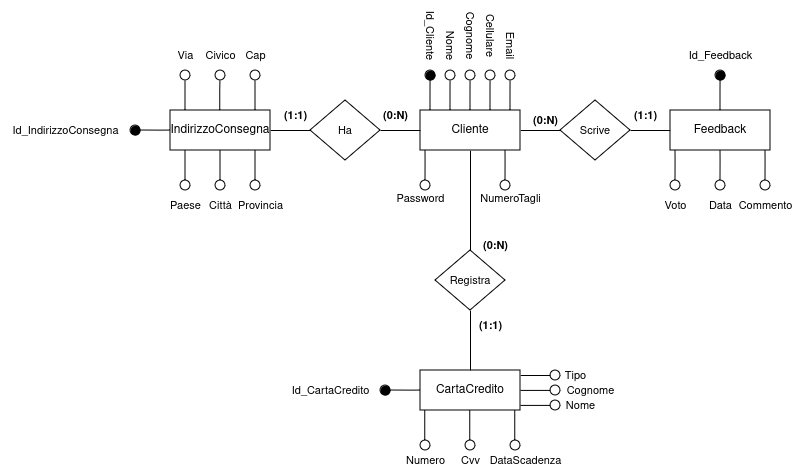
IonutZbir/ProgettoDatabase keeps this draw.io diagram as fase_due/images/rifinitura_cliente.png. Above is the earlier version. Source tidied: cells renumbered, new cells last; positions are measured from the earlier drawing's top-left corner, leaving out a move shared by most shapes.
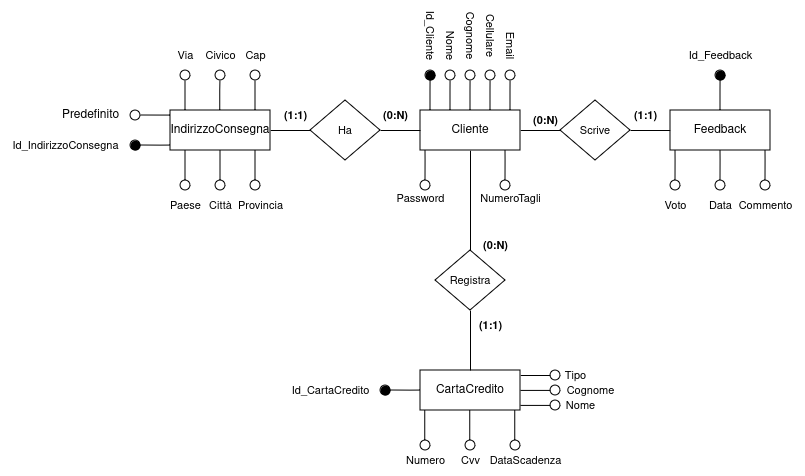
Later version of the same file.

The edit, as a diff of the source:
```diff
@@ -41,11 +41,11 @@
     </mxCell>
     <mxCell id="11" style="edgeStyle=orthogonalEdgeStyle;shape=connector;rounded=0;orthogonalLoop=1;jettySize=auto;html=1;exitX=0;exitY=0.25;exitDx=0;exitDy=0;strokeColor=default;align=center;verticalAlign=middle;fontFamily=Helvetica;fontSize=11;fontColor=default;labelBackgroundColor=default;endArrow=none;endFill=0;" parent="1" edge="1">
       <mxGeometry relative="1" as="geometry">
-        <mxPoint x="170" y="110" as="sourcePoint" />
-        <mxPoint x="140" y="109.9" as="targetPoint" />
+        <mxPoint x="170" y="125" as="sourcePoint" />
+        <mxPoint x="140" y="124.9" as="targetPoint" />
         <Array as="points">
-          <mxPoint x="160" y="110" />
-          <mxPoint x="160" y="110" />
+          <mxPoint x="160" y="125" />
+          <mxPoint x="160" y="125" />
         </Array>
       </mxGeometry>
     </mxCell>
@@ -109,13 +109,13 @@
       <mxGeometry x="215" y="50" width="10" height="10" as="geometry" />
     </mxCell>
     <mxCell id="27" style="ellipse;whiteSpace=wrap;html=1;fontFamily=Helvetica;fontSize=11;fontColor=default;labelBackgroundColor=default;fillColor=#000000;" parent="1" vertex="1">
-      <mxGeometry x="130" y="105" width="10" height="10" as="geometry" />
+      <mxGeometry x="130" y="120" width="10" height="10" as="geometry" />
     </mxCell>
     <mxCell id="28" style="ellipse;whiteSpace=wrap;html=1;fontFamily=Helvetica;fontSize=11;fontColor=default;labelBackgroundColor=default;" parent="1" vertex="1">
       <mxGeometry x="250" y="50" width="10" height="10" as="geometry" />
     </mxCell>
     <mxCell id="29" value="Id_IndirizzoConsegna" style="text;html=1;align=center;verticalAlign=middle;strokeColor=none;fillColor=none;fontFamily=Helvetica;fontSize=11;fontColor=default;labelBackgroundColor=default;" parent="1" vertex="1">
-      <mxGeometry y="95" width="130" height="30" as="geometry" />
+      <mxGeometry y="110" width="130" height="30" as="geometry" />
     </mxCell>
     <mxCell id="30" style="ellipse;whiteSpace=wrap;html=1;fontFamily=Helvetica;fontSize=11;fontColor=default;labelBackgroundColor=default;" parent="1" vertex="1">
       <mxGeometry x="180" y="50" width="10" height="10" as="geometry" />
@@ -447,5 +447,21 @@
     <mxCell id="95" value="DataScadenza" style="text;html=1;align=center;verticalAlign=middle;strokeColor=none;fillColor=none;fontFamily=Helvetica;fontSize=11;fontColor=default;labelBackgroundColor=default;" parent="1" vertex="1">
       <mxGeometry x="475" y="425" width="100" height="30" as="geometry" />
     </mxCell>
+    <mxCell id="96" style="edgeStyle=orthogonalEdgeStyle;shape=connector;rounded=0;orthogonalLoop=1;jettySize=auto;html=1;exitX=0;exitY=0.25;exitDx=0;exitDy=0;strokeColor=default;align=center;verticalAlign=middle;fontFamily=Helvetica;fontSize=11;fontColor=default;labelBackgroundColor=default;endArrow=none;endFill=0;" parent="1" edge="1">
+      <mxGeometry relative="1" as="geometry">
+        <mxPoint x="170" y="95" as="sourcePoint" />
+        <mxPoint x="140" y="94.9" as="targetPoint" />
+        <Array as="points">
+          <mxPoint x="160" y="95" />
+          <mxPoint x="160" y="95" />
+        </Array>
+      </mxGeometry>
+    </mxCell>
+    <mxCell id="97" style="ellipse;whiteSpace=wrap;html=1;fontFamily=Helvetica;fontSize=11;fontColor=default;labelBackgroundColor=default;" parent="1" vertex="1">
+      <mxGeometry x="130" y="90" width="10" height="10" as="geometry" />
+    </mxCell>
+    <mxCell id="98" value="Predefinito" style="text;html=1;align=center;verticalAlign=middle;strokeColor=none;fillColor=none;" parent="1" vertex="1">
+      <mxGeometry x="50" y="80" width="80" height="30" as="geometry" />
+    </mxCell>
   </root>
 </mxGraphModel>
```
